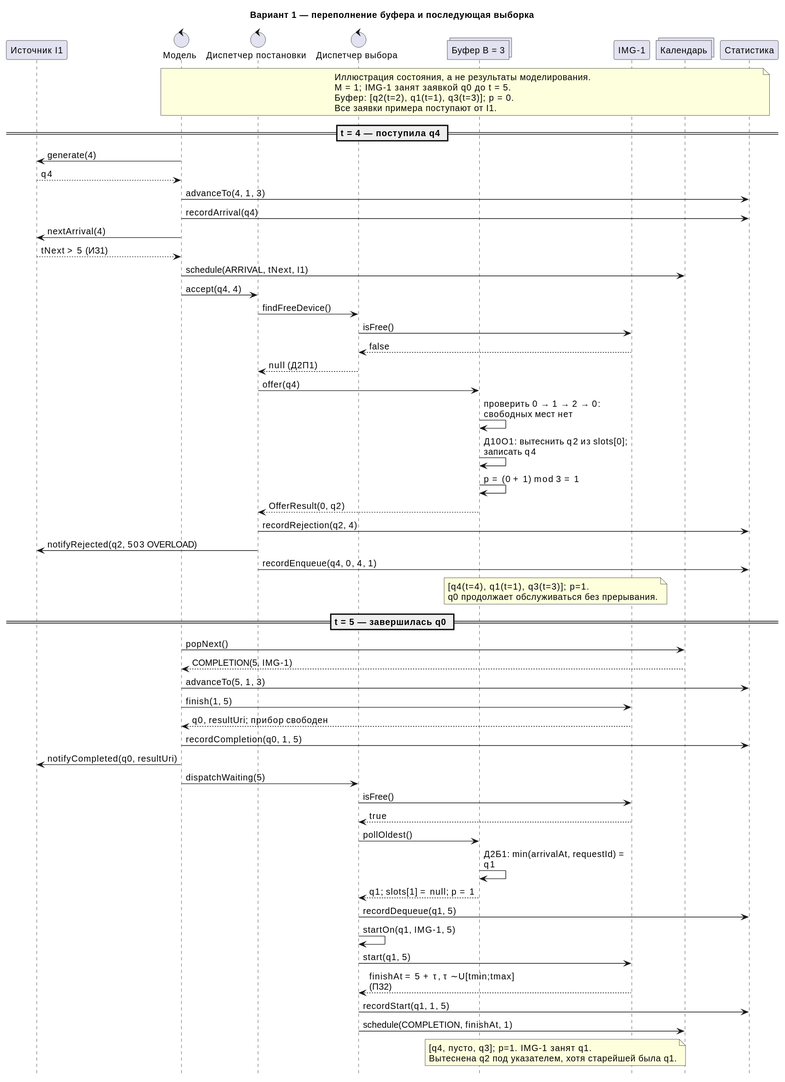
t1wt/smo-webp-variant-1 keeps this PlantUML diagram as docs/images/02-overload-example.svg. Above is the earlier version. The source it was exported from:
```plantuml
@startuml
skinparam backgroundColor white
skinparam shadowing false
skinparam defaultFontName SansSerif
skinparam defaultFontSize 14
skinparam sequenceMessageAlign left
skinparam maxMessageSize 240
hide footbox

title Вариант 1 — переполнение буфера и последующая выборка
participant "Источник I1" as I
control "Модель" as S
control "Диспетчер постановки" as A
control "Диспетчер выбора" as D
collections "Буфер B = 3" as B
participant "IMG-1" as P
collections "Календарь" as C
participant "Статистика" as T
note over S,T
Иллюстрация состояния, а не результаты моделирования.
M = 1; IMG-1 занят заявкой q0 до t = 5.
Буфер: [q2(t=2), q1(t=1), q3(t=3)]; p = 0.
Все заявки примера поступают от I1.
end note
== t = 4 — поступила q4 ==
S -> I: generate(4)
I --> S: q4
S -> T: advanceTo(4, 1, 3)
S -> T: recordArrival(q4)
S -> I: nextArrival(4)
I --> S: tNext > 5 (ИЗ1)
S -> C: schedule(ARRIVAL, tNext, I1)
S -> A: accept(q4, 4)
A -> D: findFreeDevice()
D -> P: isFree()
P --> D: false
D --> A: null (Д2П1)
A -> B: offer(q4)
B -> B: проверить 0 → 1 → 2 → 0: свободных мест нет
B -> B: Д10О1: вытеснить q2 из slots[0]; записать q4
B -> B: p = (0 + 1) mod 3 = 1
B --> A: OfferResult(0, q2)
A -> T: recordRejection(q2, 4)
A -> I: notifyRejected(q2, 503 OVERLOAD)
A -> T: recordEnqueue(q4, 0, 4, 1)
note over B,P: [q4(t=4), q1(t=1), q3(t=3)]; p=1.\nq0 продолжает обслуживаться без прерывания.
== t = 5 — завершилась q0 ==
S -> C: popNext()
C --> S: COMPLETION(5, IMG-1)
S -> T: advanceTo(5, 1, 3)
S -> P: finish(1, 5)
P --> S: q0, resultUri; прибор свободен
S -> T: recordCompletion(q0, 1, 5)
S -> I: notifyCompleted(q0, resultUri)
S -> D: dispatchWaiting(5)
D -> P: isFree()
P --> D: true
D -> B: pollOldest()
B -> B: Д2Б1: min(arrivalAt, requestId) = q1
B --> D: q1; slots[1] = null; p = 1
D -> T: recordDequeue(q1, 5)
D -> D: startOn(q1, IMG-1, 5)
D -> P: start(q1, 5)
P --> D: finishAt = 5 + τ, τ ∼ U[tmin;tmax] (ПЗ2)
D -> T: recordStart(q1, 1, 5)
D -> C: schedule(COMPLETION, finishAt, 1)
note over B,P: [q4, пусто, q3]; p=1. IMG-1 занят q1.\nВытеснена q2 под указателем, хотя старейшей была q1.
@enduml
```
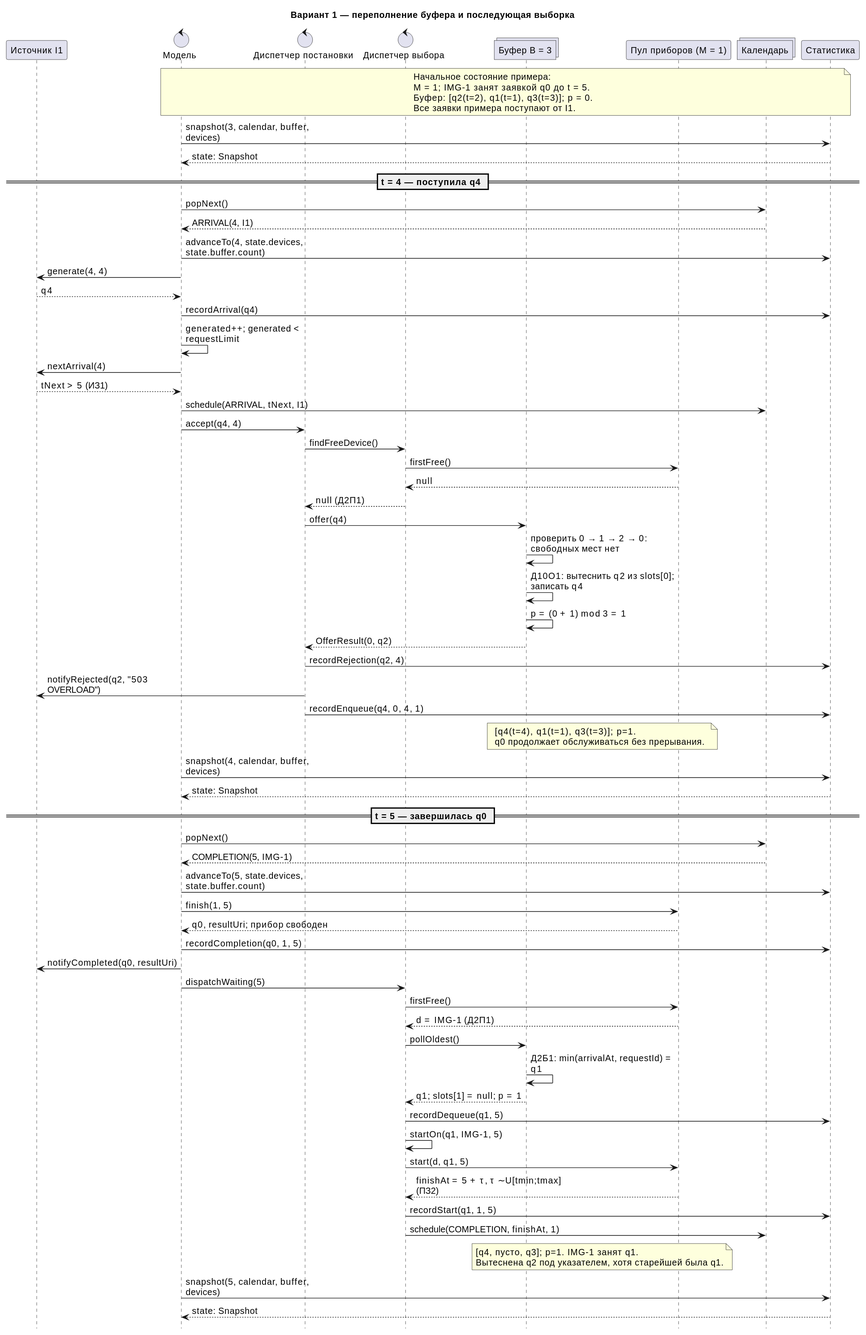
The same diagram one commit later.

Change to the diagram source:
```diff
@@ -13,27 +13,32 @@
 control "Диспетчер постановки" as A
 control "Диспетчер выбора" as D
 collections "Буфер B = 3" as B
-participant "IMG-1" as P
+participant "Пул приборов (M = 1)" as P
 collections "Календарь" as C
 participant "Статистика" as T
 note over S,T
-Иллюстрация состояния, а не результаты моделирования.
+Начальное состояние примера:
 M = 1; IMG-1 занят заявкой q0 до t = 5.
 Буфер: [q2(t=2), q1(t=1), q3(t=3)]; p = 0.
 Все заявки примера поступают от I1.
 end note
+S -> T: snapshot(3, calendar, buffer, devices)
+T --> S: state: Snapshot
 == t = 4 — поступила q4 ==
-S -> I: generate(4)
+S -> C: popNext()
+C --> S: ARRIVAL(4, I1)
+S -> T: advanceTo(4, state.devices, state.buffer.count)
+S -> I: generate(4, 4)
 I --> S: q4
-S -> T: advanceTo(4, 1, 3)
 S -> T: recordArrival(q4)
+S -> S: generated++; generated < requestLimit
 S -> I: nextArrival(4)
 I --> S: tNext > 5 (ИЗ1)
 S -> C: schedule(ARRIVAL, tNext, I1)
 S -> A: accept(q4, 4)
 A -> D: findFreeDevice()
-D -> P: isFree()
-P --> D: false
+D -> P: firstFree()
+P --> D: null
 D --> A: null (Д2П1)
 A -> B: offer(q4)
 B -> B: проверить 0 → 1 → 2 → 0: свободных мест нет
@@ -41,28 +46,32 @@
 B -> B: p = (0 + 1) mod 3 = 1
 B --> A: OfferResult(0, q2)
 A -> T: recordRejection(q2, 4)
-A -> I: notifyRejected(q2, 503 OVERLOAD)
+A -> I: notifyRejected(q2, "503 OVERLOAD")
 A -> T: recordEnqueue(q4, 0, 4, 1)
 note over B,P: [q4(t=4), q1(t=1), q3(t=3)]; p=1.\nq0 продолжает обслуживаться без прерывания.
+S -> T: snapshot(4, calendar, buffer, devices)
+T --> S: state: Snapshot
 == t = 5 — завершилась q0 ==
 S -> C: popNext()
 C --> S: COMPLETION(5, IMG-1)
-S -> T: advanceTo(5, 1, 3)
+S -> T: advanceTo(5, state.devices, state.buffer.count)
 S -> P: finish(1, 5)
 P --> S: q0, resultUri; прибор свободен
 S -> T: recordCompletion(q0, 1, 5)
 S -> I: notifyCompleted(q0, resultUri)
 S -> D: dispatchWaiting(5)
-D -> P: isFree()
-P --> D: true
+D -> P: firstFree()
+P --> D: d = IMG-1 (Д2П1)
 D -> B: pollOldest()
 B -> B: Д2Б1: min(arrivalAt, requestId) = q1
 B --> D: q1; slots[1] = null; p = 1
 D -> T: recordDequeue(q1, 5)
 D -> D: startOn(q1, IMG-1, 5)
-D -> P: start(q1, 5)
+D -> P: start(d, q1, 5)
 P --> D: finishAt = 5 + τ, τ ∼ U[tmin;tmax] (ПЗ2)
 D -> T: recordStart(q1, 1, 5)
 D -> C: schedule(COMPLETION, finishAt, 1)
 note over B,P: [q4, пусто, q3]; p=1. IMG-1 занят q1.\nВытеснена q2 под указателем, хотя старейшей была q1.
+S -> T: snapshot(5, calendar, buffer, devices)
+T --> S: state: Snapshot
 @enduml
```
